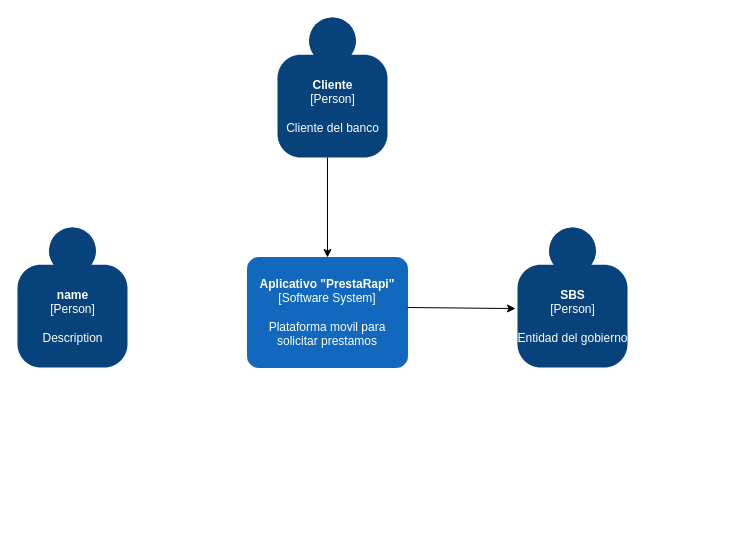
The draw.io diagram page "Diagrama de contexto" (1 of 2) of Untitled Diagram.drawio in AlvaroFMM/c4-draw.io, before the edit. Source tidied: cells renumbered, new cells numbered last; positions are measured from the earlier drawing's top-left corner, leaving out a move shared by most shapes. Both pictures are drawn from the tidied source at 100%, with x=0, y=0 at pixel (17, 17).
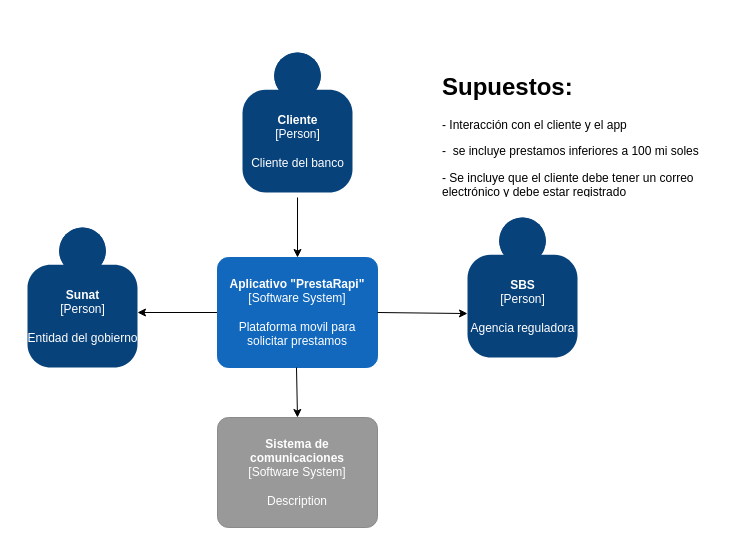
The same page after the edit.

Change to the diagram source:
```diff
@@
 <mxGraphModel>
   <root>
     <mxCell id="0" />
     <mxCell id="1" parent="0" />
-    <object id="2" label="&lt;b&gt;%c4Name%&lt;/b&gt;&lt;div&gt;[%c4Type%]&lt;/div&gt;&lt;br&gt;&lt;div&gt;%c4Description%&lt;/div&gt;" c4Description="Description" c4Name="name" c4Type="Person" placeholders="1">
+    <object id="2" label="&lt;b&gt;%c4Name%&lt;/b&gt;&lt;div&gt;[%c4Type%]&lt;/div&gt;&lt;br&gt;&lt;div&gt;%c4Description%&lt;/div&gt;" c4Description="Entidad del gobierno" c4Name="Sunat&#10;" c4Type="Person" placeholders="1">
       <mxCell style="html=1;dashed=0;whitespace=wrap;fillColor=#08427b;strokeColor=none;fontColor=#ffffff;shape=mxgraph.c4.person;align=center;metaData={&quot;c4Type&quot;:{&quot;editable&quot;:false}};" parent="1" vertex="1">
-        <mxGeometry y="210" width="110" height="140" as="geometry" />
+        <mxGeometry x="10" y="210" width="110" height="140" as="geometry" />
       </mxCell>
     </object>
     <object id="3" label="&lt;b&gt;%c4Name%&lt;/b&gt;&lt;div&gt;[%c4Type%]&lt;/div&gt;&lt;br&gt;&lt;div&gt;%c4Description%&lt;/div&gt;" c4Description="Cliente del banco" c4Name="Cliente&#10;" c4Type="Person" placeholders="1">
       <mxCell style="html=1;dashed=0;whitespace=wrap;fillColor=#08427b;strokeColor=none;fontColor=#ffffff;shape=mxgraph.c4.person;align=center;metaData={&quot;c4Type&quot;:{&quot;editable&quot;:false}};" parent="1" vertex="1">
-        <mxGeometry x="260" width="110" height="140" as="geometry" />
+        <mxGeometry x="225" y="35" width="110" height="140" as="geometry" />
       </mxCell>
     </object>
-    <object id="4" label="&lt;b&gt;%c4Name%&lt;/b&gt;&lt;div&gt;[%c4Type%]&lt;/div&gt;&lt;br&gt;&lt;div&gt;%c4Description%&lt;/div&gt;" c4Description="Entidad del gobierno" c4Name="SBS" c4Type="Person" placeholders="1">
-      <mxCell style="html=1;dashed=0;whitespace=wrap;fillColor=#08427b;strokeColor=none;fontColor=#ffffff;shape=mxgraph.c4.person;align=center;points=[[0.5,0,0],[1,0.5,0],[1,0.75,0],[0.75,1,0],[0.5,1,0],[0.25,1,0],[0,0.75,0],[0,0.5,0]];metaData={&quot;c4Type&quot;:{&quot;editable&quot;:false}};" parent="1" vertex="1">
-        <mxGeometry x="500" y="210" width="110" height="140" as="geometry" />
-      </mxCell>
-    </object>
+    <mxCell id="8" style="edgeStyle=orthogonalEdgeStyle;rounded=0;jettySize=auto;html=1;exitX=0;exitY=0.5;exitDx=0;exitDy=0;exitPerimeter=0;" parent="1" edge="1" source="5">
+      <mxGeometry relative="1" as="geometry">
+        <mxPoint x="120" y="295" as="targetPoint" />
+      </mxGeometry>
+    </mxCell>
     <object id="5" label="&lt;b&gt;%c4Name%&lt;/b&gt;&lt;div&gt;[%c4Type%]&lt;/div&gt;&lt;br&gt;&lt;div&gt;%c4Description%&lt;/div&gt;" c4Description="Plataforma movil para solicitar prestamos &#10;" c4Name="Aplicativo &quot;PrestaRapi&quot;" c4Type="Software System" placeholders="1">
       <mxCell style="rounded=1;whiteSpace=wrap;html=1;labelBackgroundColor=none;fillColor=#1168BD;fontColor=#ffffff;align=center;arcSize=10;strokeColor=#1168BD;metaData={&quot;c4Type&quot;:{&quot;editable&quot;:false}};points=[[0.25,0,0],[0.5,0,0],[0.75,0,0],[1,0.25,0],[1,0.5,0],[1,0.75,0],[0.75,1,0],[0.5,1,0],[0.25,1,0],[0,0.75,0],[0,0.5,0],[0,0.25,0]];" parent="1" vertex="1">
-        <mxGeometry x="230" y="240" width="160" height="110" as="geometry" />
+        <mxGeometry x="200" y="240" width="160" height="110" as="geometry" />
       </mxCell>
     </object>
-    <mxCell id="6" style="endArrow=classic;html=1;" parent="1" edge="1" target="5">
-      <mxGeometry relative="1" as="geometry">
-        <mxPoint x="310" y="140" as="sourcePoint" />
-      </mxGeometry>
-    </mxCell>
-    <mxCell id="7" style="endArrow=classic;html=1;entryX=-0.018;entryY=0.579;entryDx=0;entryDy=0;entryPerimeter=0;" parent="1" edge="1" target="4">
-      <mxGeometry relative="1" as="geometry">
-        <mxPoint x="390" y="290" as="sourcePoint" />
-      </mxGeometry>
-    </mxCell>
+    <object id="9" label="&lt;b&gt;%c4Name%&lt;/b&gt;&lt;div&gt;[%c4Type%]&lt;/div&gt;&lt;br&gt;&lt;div&gt;%c4Description%&lt;/div&gt;" c4Description="Description" c4Name="Sistema de comunicaciones" c4Type="Software System" placeholders="1">
+      <mxCell style="rounded=1;whiteSpace=wrap;html=1;labelBackgroundColor=none;fillColor=#999999;fontColor=#ffffff;align=center;arcSize=10;strokeColor=#8A8A8A;metaData={&quot;c4Type&quot;:{&quot;editable&quot;:false}};points=[[0.25,0,0],[0.5,0,0],[0.75,0,0],[1,0.25,0],[1,0.5,0],[1,0.75,0],[0.75,1,0],[0.5,1,0],[0.25,1,0],[0,0.75,0],[0,0.5,0],[0,0.25,0]];" parent="1" vertex="1">
+        <mxGeometry x="200" y="400" width="160" height="110" as="geometry" />
+      </mxCell>
+    </object>
+    <mxCell id="10" value="&lt;h1&gt;Supuestos:&lt;/h1&gt;&lt;p&gt;- Interacción con el cliente y el app&lt;/p&gt;&lt;p&gt;-&amp;nbsp; se incluye prestamos inferiores a 100 mi soles&lt;/p&gt;&lt;p&gt;- Se incluye que el cliente debe tener un correo electrónico y debe estar registrado&lt;/p&gt;" style="text;html=1;strokeColor=none;fillColor=none;spacing=5;spacingTop=-20;whiteSpace=wrap;overflow=hidden;rounded=0;labelBackgroundColor=none;fontColor=#000000;" parent="1" vertex="1">
+      <mxGeometry x="420" y="50" width="280" height="130" as="geometry" />
+    </mxCell>
+    <mxCell id="11" style="endArrow=classic;html=1;fontColor=#000000;entryX=0.5;entryY=0;entryDx=0;entryDy=0;entryPerimeter=0;" parent="1" edge="1" target="5">
+      <mxGeometry relative="1" as="geometry">
+        <mxPoint x="280" y="180" as="sourcePoint" />
+      </mxGeometry>
+    </mxCell>
+    <object id="12" label="&lt;b&gt;%c4Name%&lt;/b&gt;&lt;div&gt;[%c4Type%]&lt;/div&gt;&lt;br&gt;&lt;div&gt;%c4Description%&lt;/div&gt;" c4Description="Agencia reguladora" c4Name="SBS" c4Type="Person" placeholders="1">
+      <mxCell style="html=1;dashed=0;whitespace=wrap;fillColor=#08427b;strokeColor=none;fontColor=#ffffff;shape=mxgraph.c4.person;align=center;points=[[0.5,0,0],[1,0.5,0],[1,0.75,0],[0.75,1,0],[0.5,1,0],[0.25,1,0],[0,0.75,0],[0,0.5,0]];metaData={&quot;c4Type&quot;:{&quot;editable&quot;:false}};labelBackgroundColor=none;" parent="1" vertex="1">
+        <mxGeometry x="450" y="200" width="110" height="140" as="geometry" />
+      </mxCell>
+    </object>
+    <mxCell id="13" style="endArrow=classic;html=1;fontColor=#000000;exitX=1;exitY=0.5;exitDx=0;exitDy=0;exitPerimeter=0;entryX=0;entryY=0.686;entryDx=0;entryDy=0;entryPerimeter=0;" parent="1" edge="1" source="5" target="12">
+      <mxGeometry relative="1" as="geometry" />
+    </mxCell>
+    <mxCell id="14" style="endArrow=classic;html=1;fontColor=#000000;entryX=0.5;entryY=0;entryDx=0;entryDy=0;entryPerimeter=0;" parent="1" edge="1" target="9">
+      <mxGeometry relative="1" as="geometry">
+        <mxPoint x="279" y="350" as="sourcePoint" />
+      </mxGeometry>
+    </mxCell>
   </root>
 </mxGraphModel>
```
